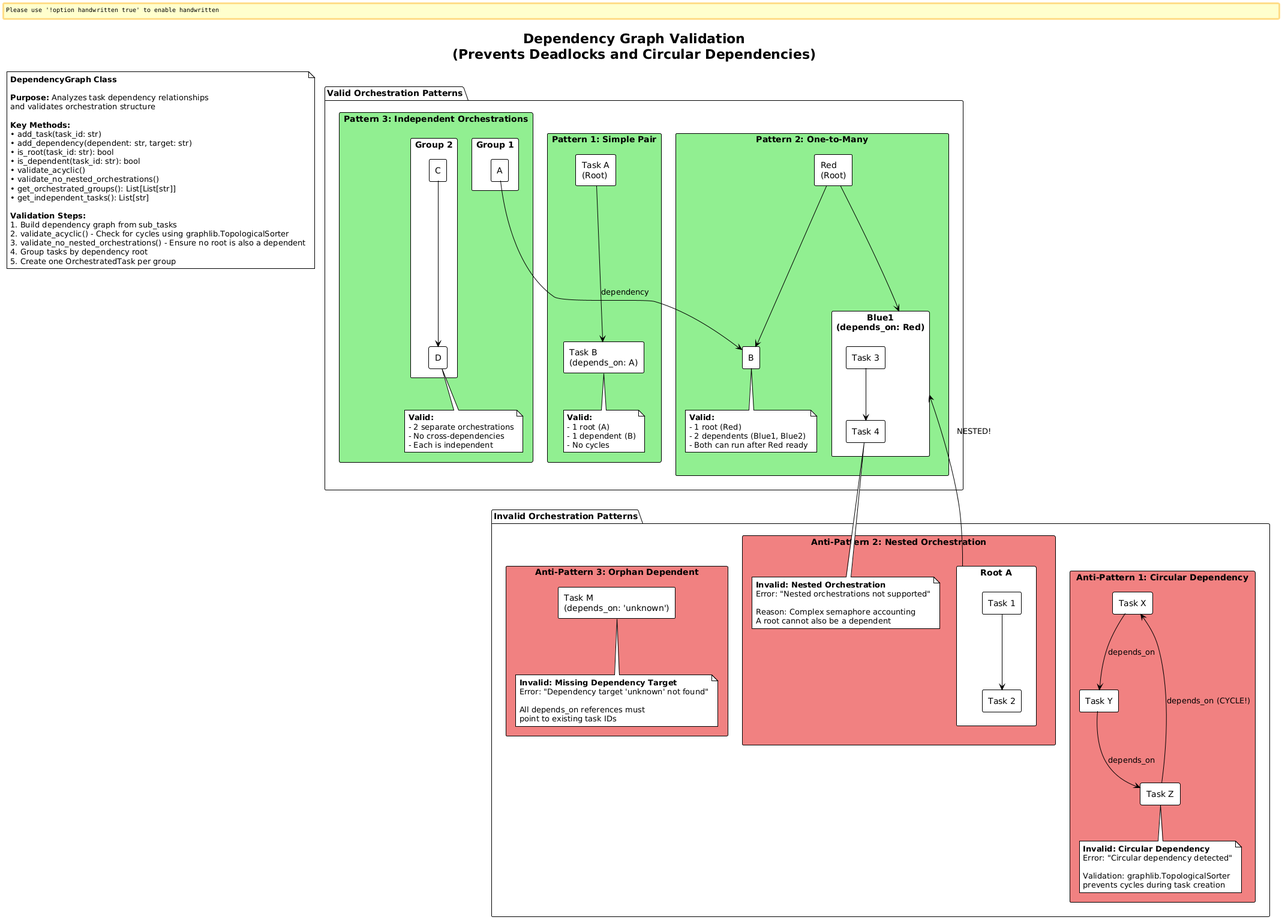
The PlantUML diagram docs/assets/architecture/Dependency Graph Validation.png in microsoft/ACES, before a commit.
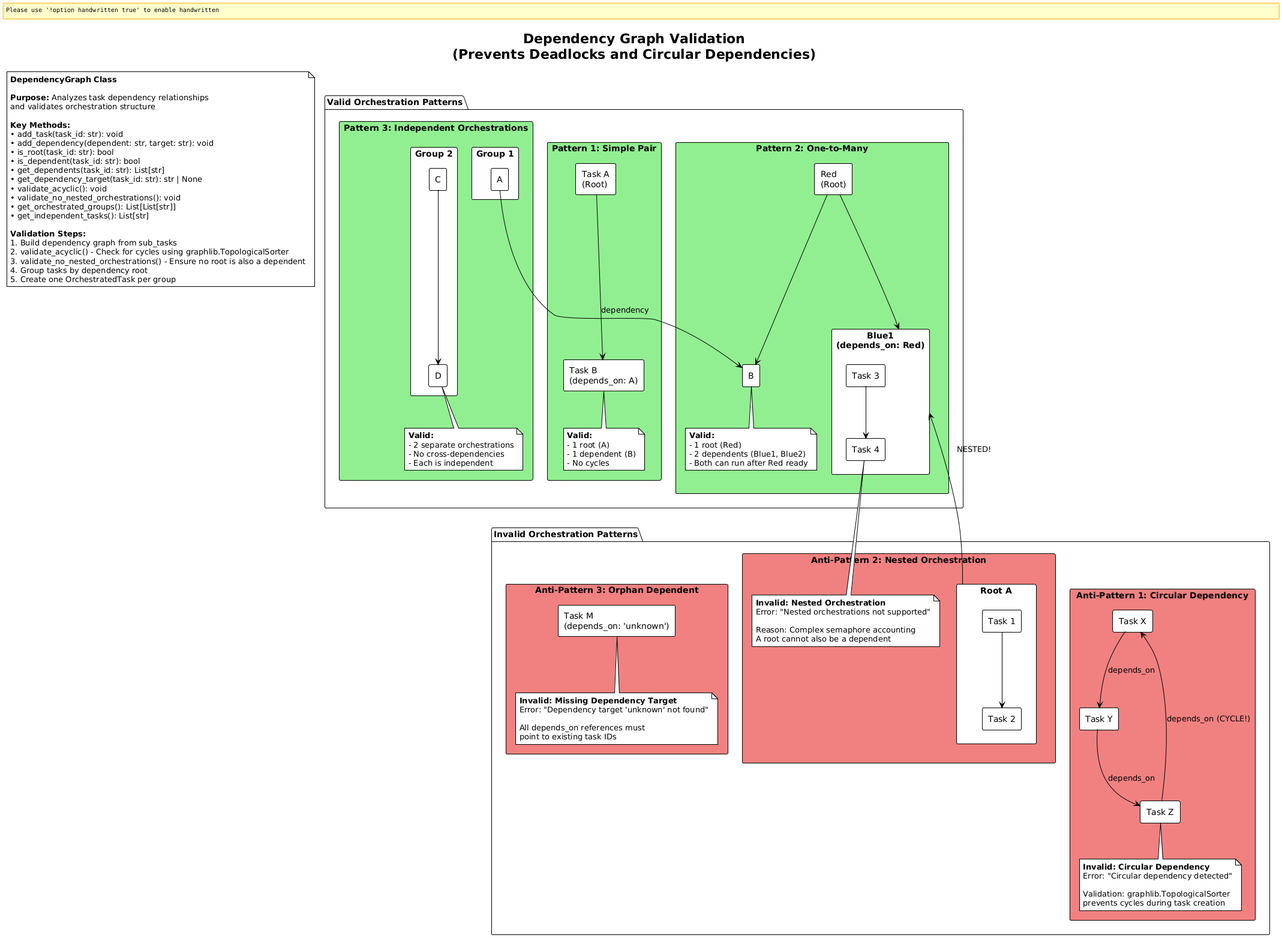
Later version of the same file.

What changed in the source:
```diff
@@ -117,12 +117,14 @@
   and validates orchestration structure
 
   **Key Methods:**
-  • add_task(task_id: str)
-  • add_dependency(dependent: str, target: str)
+  • add_task(task_id: str): void
+  • add_dependency(dependent: str, target: str): void
   • is_root(task_id: str): bool
   • is_dependent(task_id: str): bool
-  • validate_acyclic()
-  • validate_no_nested_orchestrations()
+  • get_dependents(task_id: str): List[str]
+  • get_dependency_target(task_id: str): str | None
+  • validate_acyclic(): void
+  • validate_no_nested_orchestrations(): void
   • get_orchestrated_groups(): List[List[str]]
   • get_independent_tasks(): List[str]
 
```
